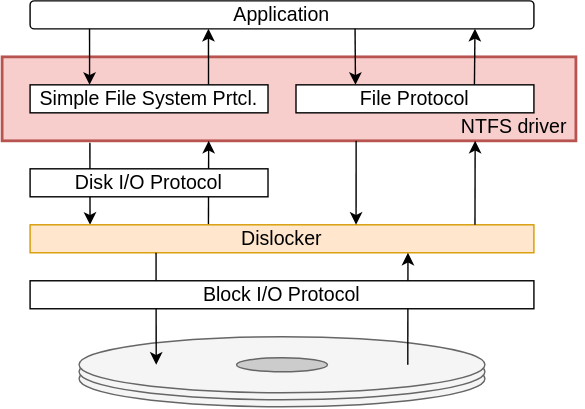
This is figures/dislocker_volume_access_protocol_stack.drawio.svg from powware/bachelor-thesis, a draw.io export, as it was before one commit. Source tidied: cells renumbered, new cells last; positions are measured from the earlier drawing's top-left corner, leaving out a move shared by most shapes. The source it was exported from:
```xml
<mxGraphModel>
  <root>
    <mxCell id="0" />
    <mxCell id="1" parent="0" />
    <mxCell id="2" style="rounded=0;whiteSpace=wrap;html=1;glass=0;sketch=0;fontSize=14;strokeWidth=2;fillColor=#f8cecc;strokeColor=#b85450;" parent="1" vertex="1">
      <mxGeometry y="40" width="410" height="60" as="geometry" />
    </mxCell>
    <mxCell id="3" value="NTFS driver" style="text;html=1;strokeColor=none;fillColor=none;align=center;verticalAlign=middle;whiteSpace=wrap;rounded=0;glass=0;sketch=0;fontSize=14;" parent="1" vertex="1">
      <mxGeometry x="316" y="80" width="100" height="20" as="geometry" />
    </mxCell>
    <mxCell id="4" value="Application" style="rounded=1;whiteSpace=wrap;html=1;fontSize=14;" parent="1" vertex="1">
      <mxGeometry x="20" width="360" height="20" as="geometry" />
    </mxCell>
    <mxCell id="5" style="edgeStyle=none;html=1;exitX=0.75;exitY=0;exitDx=0;exitDy=0;entryX=0.354;entryY=1;entryDx=0;entryDy=0;entryPerimeter=0;fontSize=14;" parent="1" edge="1" source="7" target="4">
      <mxGeometry relative="1" as="geometry" />
    </mxCell>
    <mxCell id="6" style="edgeStyle=none;html=1;exitX=0.118;exitY=1;exitDx=0;exitDy=0;entryX=0.25;entryY=0;entryDx=0;entryDy=0;fontSize=14;exitPerimeter=0;" parent="1" edge="1" source="4" target="7">
      <mxGeometry relative="1" as="geometry" />
    </mxCell>
    <mxCell id="7" value="Simple File System Prtcl." style="rounded=0;whiteSpace=wrap;html=1;fontSize=14;" parent="1" vertex="1">
      <mxGeometry x="20" y="60" width="170" height="20" as="geometry" />
    </mxCell>
    <mxCell id="8" style="edgeStyle=none;html=1;exitX=0.354;exitY=0;exitDx=0;exitDy=0;entryX=0.36;entryY=1;entryDx=0;entryDy=0;entryPerimeter=0;fontSize=14;exitPerimeter=0;" parent="1" edge="1" source="11" target="2">
      <mxGeometry relative="1" as="geometry" />
    </mxCell>
    <mxCell id="9" style="edgeStyle=none;html=1;exitX=0.153;exitY=1.022;exitDx=0;exitDy=0;entryX=0.119;entryY=0;entryDx=0;entryDy=0;entryPerimeter=0;fontSize=14;exitPerimeter=0;" parent="1" edge="1" source="2" target="11">
      <mxGeometry relative="1" as="geometry" />
    </mxCell>
    <mxCell id="10" value="Disk I/O Protocol" style="rounded=0;whiteSpace=wrap;html=1;fontSize=14;" parent="1" vertex="1">
      <mxGeometry x="20" y="120" width="170" height="20" as="geometry" />
    </mxCell>
    <mxCell id="11" value="Dislocker" style="rounded=0;whiteSpace=wrap;html=1;fontSize=14;fillColor=#ffe6cc;strokeColor=#d79b00;" parent="1" vertex="1">
      <mxGeometry x="20" y="160" width="360" height="20" as="geometry" />
    </mxCell>
    <mxCell id="12" style="edgeStyle=none;html=1;exitX=0.645;exitY=1;exitDx=0;exitDy=0;entryX=0.25;entryY=0;entryDx=0;entryDy=0;fontSize=14;exitPerimeter=0;" parent="1" edge="1" source="4" target="16">
      <mxGeometry relative="1" as="geometry" />
    </mxCell>
    <mxCell id="13" style="edgeStyle=none;html=1;exitX=0.75;exitY=0;exitDx=0;exitDy=0;entryX=0.883;entryY=1;entryDx=0;entryDy=0;entryPerimeter=0;fontSize=14;" parent="1" edge="1" source="16" target="4">
      <mxGeometry relative="1" as="geometry" />
    </mxCell>
    <mxCell id="14" style="edgeStyle=none;html=1;entryX=0.647;entryY=0;entryDx=0;entryDy=0;entryPerimeter=0;fontSize=14;exitX=0.617;exitY=1;exitDx=0;exitDy=0;exitPerimeter=0;" parent="1" edge="1" source="2" target="11">
      <mxGeometry relative="1" as="geometry" />
    </mxCell>
    <mxCell id="15" style="edgeStyle=none;html=1;entryX=0.883;entryY=0;entryDx=0;entryDy=0;entryPerimeter=0;fontSize=14;exitX=0.883;exitY=0;exitDx=0;exitDy=0;exitPerimeter=0;" parent="1" edge="1" source="11">
      <mxGeometry relative="1" as="geometry">
        <mxPoint x="338" y="100" as="targetPoint" />
      </mxGeometry>
    </mxCell>
    <mxCell id="16" value="File Protocol" style="rounded=0;whiteSpace=wrap;html=1;fontSize=14;" parent="1" vertex="1">
      <mxGeometry x="210" y="60" width="170" height="20" as="geometry" />
    </mxCell>
    <mxCell id="17" style="ellipse;whiteSpace=wrap;html=1;fillColor=#f5f5f5;fontColor=#333333;strokeColor=#666666;" parent="1" vertex="1">
      <mxGeometry x="55" y="250" width="290" height="40" as="geometry" />
    </mxCell>
    <mxCell id="18" style="ellipse;whiteSpace=wrap;html=1;fillColor=#f5f5f5;fontColor=#333333;strokeColor=#666666;" parent="1" vertex="1">
      <mxGeometry x="55" y="245" width="290" height="40" as="geometry" />
    </mxCell>
    <mxCell id="19" style="ellipse;whiteSpace=wrap;html=1;fillColor=#f5f5f5;fontColor=#333333;strokeColor=#666666;" parent="1" vertex="1">
      <mxGeometry x="55" y="240" width="290" height="40" as="geometry" />
    </mxCell>
    <mxCell id="20" style="edgeStyle=none;html=1;exitX=0.821;exitY=0;exitDx=0;exitDy=0;entryX=0.75;entryY=1;entryDx=0;entryDy=0;fontSize=14;exitPerimeter=0;" parent="1" edge="1" target="11">
      <mxGeometry relative="1" as="geometry">
        <mxPoint x="289.9" y="260" as="sourcePoint" />
      </mxGeometry>
    </mxCell>
    <mxCell id="21" style="edgeStyle=none;html=1;exitX=0.25;exitY=1;exitDx=0;exitDy=0;entryX=0.179;entryY=0;entryDx=0;entryDy=0;fontSize=14;entryPerimeter=0;" parent="1" edge="1" source="11">
      <mxGeometry relative="1" as="geometry">
        <mxPoint x="110.1" y="260" as="targetPoint" />
      </mxGeometry>
    </mxCell>
    <mxCell id="22" style="ellipse;whiteSpace=wrap;html=1;fillColor=#CCCCCC;strokeColor=#666666;fontColor=#333333;" parent="1" vertex="1">
      <mxGeometry x="167.5" y="255" width="65" height="10" as="geometry" />
    </mxCell>
    <mxCell id="23" value="Block I/O Protocol" style="rounded=0;whiteSpace=wrap;html=1;fontSize=14;" parent="1" vertex="1">
      <mxGeometry x="20" y="200" width="360" height="20" as="geometry" />
    </mxCell>
  </root>
</mxGraphModel>
```
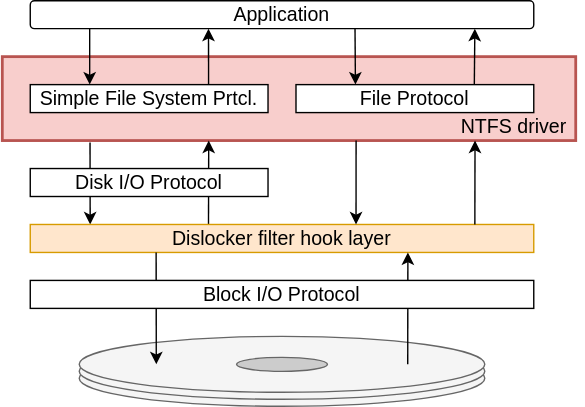
After the commit.

Commit message:
section changes, bitlocker rp and access within CoT

The edit, as a diff of the source:
```diff
@@ -29,7 +29,7 @@
     <mxCell id="10" value="Disk I/O Protocol" style="rounded=0;whiteSpace=wrap;html=1;fontSize=14;" parent="1" vertex="1">
       <mxGeometry x="20" y="120" width="170" height="20" as="geometry" />
     </mxCell>
-    <mxCell id="11" value="Dislocker" style="rounded=0;whiteSpace=wrap;html=1;fontSize=14;fillColor=#ffe6cc;strokeColor=#d79b00;" parent="1" vertex="1">
+    <mxCell id="11" value="Dislocker filter hook layer" style="rounded=0;whiteSpace=wrap;html=1;fontSize=14;fillColor=#ffe6cc;strokeColor=#d79b00;" parent="1" vertex="1">
       <mxGeometry x="20" y="160" width="360" height="20" as="geometry" />
     </mxCell>
     <mxCell id="12" style="edgeStyle=none;html=1;exitX=0.645;exitY=1;exitDx=0;exitDy=0;entryX=0.25;entryY=0;entryDx=0;entryDy=0;fontSize=14;exitPerimeter=0;" parent="1" edge="1" source="4" target="16">
```
